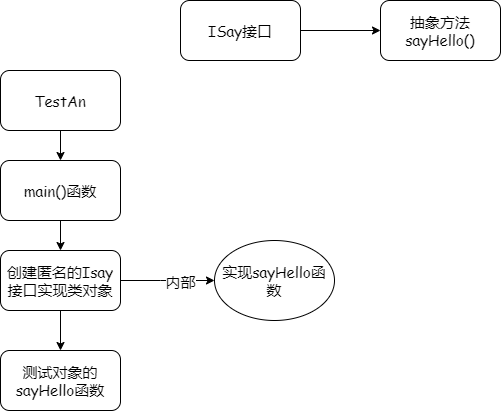
The draw.io diagram pictures/实验一02.png in gjwhhhh/Experiments-pictures-for-Java, before a commit. Source tidied: cells renumbered, new cells last; positions are measured from the earlier drawing's top-left corner, leaving out a move shared by most shapes. The source it was exported from:
```xml
<mxGraphModel>
  <root>
    <mxCell id="0" />
    <mxCell id="1" parent="0" />
    <mxCell id="2" style="edgeStyle=orthogonalEdgeStyle;rounded=0;jettySize=auto;html=1;labelBackgroundColor=#FFB570;fontFamily=Comic Sans MS;fontSize=15;" parent="1" edge="1" source="3" target="4">
      <mxGeometry relative="1" as="geometry" />
    </mxCell>
    <mxCell id="3" value="ISay接口" style="rounded=1;whiteSpace=wrap;html=1;labelBackgroundColor=none;sketch=0;fontFamily=Comic Sans MS;fontSize=15;" parent="1" vertex="1">
      <mxGeometry x="180" width="120" height="60" as="geometry" />
    </mxCell>
    <mxCell id="4" value="抽象方法sayHello()" style="whiteSpace=wrap;html=1;rounded=1;fontFamily=Comic Sans MS;fontSize=15;sketch=0;" parent="1" vertex="1">
      <mxGeometry x="380" width="120" height="60" as="geometry" />
    </mxCell>
    <mxCell id="5" style="edgeStyle=orthogonalEdgeStyle;rounded=0;jettySize=auto;html=1;labelBackgroundColor=#FFB570;fontFamily=Comic Sans MS;fontSize=15;" parent="1" edge="1" source="6" target="8">
      <mxGeometry relative="1" as="geometry" />
    </mxCell>
    <mxCell id="6" value="TestAn" style="rounded=1;whiteSpace=wrap;html=1;labelBackgroundColor=none;sketch=0;fontFamily=Comic Sans MS;fontSize=15;" parent="1" vertex="1">
      <mxGeometry y="70" width="120" height="60" as="geometry" />
    </mxCell>
    <mxCell id="7" style="edgeStyle=orthogonalEdgeStyle;rounded=0;jettySize=auto;html=1;labelBackgroundColor=#FFB570;fontFamily=Comic Sans MS;fontSize=15;" parent="1" edge="1" source="8" target="12">
      <mxGeometry relative="1" as="geometry" />
    </mxCell>
    <mxCell id="8" value="main()函数" style="whiteSpace=wrap;html=1;rounded=1;fontFamily=Comic Sans MS;fontSize=15;sketch=0;" parent="1" vertex="1">
      <mxGeometry y="160" width="120" height="60" as="geometry" />
    </mxCell>
    <mxCell id="9" style="edgeStyle=orthogonalEdgeStyle;rounded=0;jettySize=auto;html=1;labelBackgroundColor=#FFB570;fontFamily=Comic Sans MS;fontSize=15;" parent="1" edge="1" source="12" target="13">
      <mxGeometry relative="1" as="geometry">
        <Array as="points">
          <mxPoint x="160" y="280" />
          <mxPoint x="160" y="280" />
        </Array>
      </mxGeometry>
    </mxCell>
    <mxCell id="10" value="内部" style="edgeLabel;html=1;align=center;verticalAlign=middle;fontSize=15;fontFamily=Comic Sans MS;" parent="9" vertex="1">
      <mxGeometry x="0.26" relative="1" as="geometry" />
    </mxCell>
    <mxCell id="11" style="edgeStyle=orthogonalEdgeStyle;rounded=0;jettySize=auto;html=1;labelBackgroundColor=#FFB570;fontFamily=Comic Sans MS;fontSize=15;" parent="1" edge="1" source="12" target="14">
      <mxGeometry relative="1" as="geometry" />
    </mxCell>
    <mxCell id="12" value="创建匿名的Isay接口实现类对象" style="whiteSpace=wrap;html=1;rounded=1;fontFamily=Comic Sans MS;fontSize=15;sketch=0;" parent="1" vertex="1">
      <mxGeometry y="250" width="120" height="60" as="geometry" />
    </mxCell>
    <mxCell id="13" value="实现sayHello函数" style="ellipse;whiteSpace=wrap;html=1;rounded=1;fontFamily=Comic Sans MS;fontSize=15;sketch=0;" parent="1" vertex="1">
      <mxGeometry x="214" y="240" width="120" height="80" as="geometry" />
    </mxCell>
    <mxCell id="14" value="测试对象的sayHello函数" style="whiteSpace=wrap;html=1;rounded=1;fontFamily=Comic Sans MS;fontSize=15;sketch=0;" parent="1" vertex="1">
      <mxGeometry y="350" width="120" height="60" as="geometry" />
    </mxCell>
  </root>
</mxGraphModel>
```
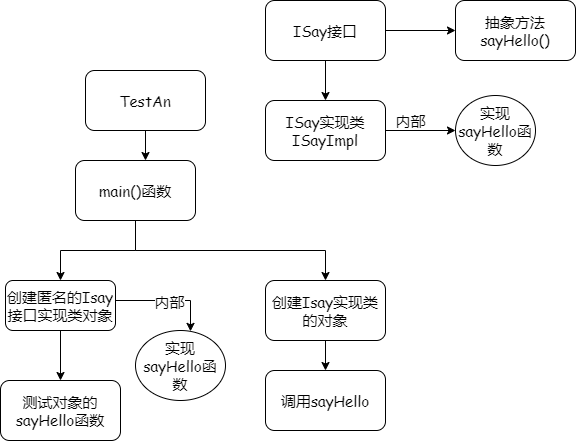
After the commit.

Commit message:
更新实验一02.png

Change to the diagram source:
```diff
@@ -5,46 +5,79 @@
     <mxCell id="2" style="edgeStyle=orthogonalEdgeStyle;rounded=0;jettySize=auto;html=1;labelBackgroundColor=#FFB570;fontFamily=Comic Sans MS;fontSize=15;" parent="1" edge="1" source="3" target="4">
       <mxGeometry relative="1" as="geometry" />
     </mxCell>
+    <mxCell id="15" style="edgeStyle=orthogonalEdgeStyle;rounded=0;jettySize=auto;html=1;labelBackgroundColor=#FFB570;fontFamily=Comic Sans MS;fontSize=15;" parent="1" edge="1" source="3" target="18">
+      <mxGeometry relative="1" as="geometry" />
+    </mxCell>
     <mxCell id="3" value="ISay接口" style="rounded=1;whiteSpace=wrap;html=1;labelBackgroundColor=none;sketch=0;fontFamily=Comic Sans MS;fontSize=15;" parent="1" vertex="1">
-      <mxGeometry x="180" width="120" height="60" as="geometry" />
+      <mxGeometry x="190" width="120" height="60" as="geometry" />
     </mxCell>
     <mxCell id="4" value="抽象方法sayHello()" style="whiteSpace=wrap;html=1;rounded=1;fontFamily=Comic Sans MS;fontSize=15;sketch=0;" parent="1" vertex="1">
       <mxGeometry x="380" width="120" height="60" as="geometry" />
     </mxCell>
     <mxCell id="5" style="edgeStyle=orthogonalEdgeStyle;rounded=0;jettySize=auto;html=1;labelBackgroundColor=#FFB570;fontFamily=Comic Sans MS;fontSize=15;" parent="1" edge="1" source="6" target="8">
-      <mxGeometry relative="1" as="geometry" />
+      <mxGeometry relative="1" as="geometry">
+        <Array as="points">
+          <mxPoint x="60" y="120" />
+          <mxPoint x="60" y="120" />
+        </Array>
+      </mxGeometry>
     </mxCell>
     <mxCell id="6" value="TestAn" style="rounded=1;whiteSpace=wrap;html=1;labelBackgroundColor=none;sketch=0;fontFamily=Comic Sans MS;fontSize=15;" parent="1" vertex="1">
-      <mxGeometry y="70" width="120" height="60" as="geometry" />
+      <mxGeometry x="10" y="70" width="120" height="60" as="geometry" />
     </mxCell>
     <mxCell id="7" style="edgeStyle=orthogonalEdgeStyle;rounded=0;jettySize=auto;html=1;labelBackgroundColor=#FFB570;fontFamily=Comic Sans MS;fontSize=15;" parent="1" edge="1" source="8" target="12">
       <mxGeometry relative="1" as="geometry" />
     </mxCell>
+    <mxCell id="16" style="edgeStyle=orthogonalEdgeStyle;rounded=0;jettySize=auto;html=1;exitX=0.5;exitY=1;exitDx=0;exitDy=0;entryX=0.5;entryY=0;entryDx=0;entryDy=0;labelBackgroundColor=#FFB570;fontFamily=Comic Sans MS;fontSize=15;" parent="1" edge="1" source="8" target="22">
+      <mxGeometry relative="1" as="geometry" />
+    </mxCell>
     <mxCell id="8" value="main()函数" style="whiteSpace=wrap;html=1;rounded=1;fontFamily=Comic Sans MS;fontSize=15;sketch=0;" parent="1" vertex="1">
       <mxGeometry y="160" width="120" height="60" as="geometry" />
     </mxCell>
     <mxCell id="9" style="edgeStyle=orthogonalEdgeStyle;rounded=0;jettySize=auto;html=1;labelBackgroundColor=#FFB570;fontFamily=Comic Sans MS;fontSize=15;" parent="1" edge="1" source="12" target="13">
       <mxGeometry relative="1" as="geometry">
         <Array as="points">
-          <mxPoint x="160" y="280" />
-          <mxPoint x="160" y="280" />
+          <mxPoint x="115" y="300" />
         </Array>
       </mxGeometry>
     </mxCell>
     <mxCell id="10" value="内部" style="edgeLabel;html=1;align=center;verticalAlign=middle;fontSize=15;fontFamily=Comic Sans MS;" parent="9" vertex="1">
-      <mxGeometry x="0.26" relative="1" as="geometry" />
+      <mxGeometry x="0.26" relative="1" as="geometry">
+        <mxPoint x="-14" as="offset" />
+      </mxGeometry>
     </mxCell>
-    <mxCell id="11" style="edgeStyle=orthogonalEdgeStyle;rounded=0;jettySize=auto;html=1;labelBackgroundColor=#FFB570;fontFamily=Comic Sans MS;fontSize=15;" parent="1" edge="1" source="12" target="14">
+    <mxCell id="11" style="edgeStyle=orthogonalEdgeStyle;rounded=0;jettySize=auto;html=1;exitX=0.5;exitY=1;exitDx=0;exitDy=0;entryX=0.5;entryY=0;entryDx=0;entryDy=0;labelBackgroundColor=#FFB570;fontFamily=Comic Sans MS;fontSize=15;" parent="1" edge="1" source="12" target="14">
       <mxGeometry relative="1" as="geometry" />
     </mxCell>
     <mxCell id="12" value="创建匿名的Isay接口实现类对象" style="whiteSpace=wrap;html=1;rounded=1;fontFamily=Comic Sans MS;fontSize=15;sketch=0;" parent="1" vertex="1">
-      <mxGeometry y="250" width="120" height="60" as="geometry" />
+      <mxGeometry x="-70" y="280" width="110" height="50" as="geometry" />
     </mxCell>
     <mxCell id="13" value="实现sayHello函数" style="ellipse;whiteSpace=wrap;html=1;rounded=1;fontFamily=Comic Sans MS;fontSize=15;sketch=0;" parent="1" vertex="1">
-      <mxGeometry x="214" y="240" width="120" height="80" as="geometry" />
+      <mxGeometry x="60" y="330" width="90" height="70" as="geometry" />
     </mxCell>
     <mxCell id="14" value="测试对象的sayHello函数" style="whiteSpace=wrap;html=1;rounded=1;fontFamily=Comic Sans MS;fontSize=15;sketch=0;" parent="1" vertex="1">
-      <mxGeometry y="350" width="120" height="60" as="geometry" />
+      <mxGeometry x="-75" y="380" width="120" height="60" as="geometry" />
     </mxCell>
+    <mxCell id="17" style="edgeStyle=orthogonalEdgeStyle;rounded=0;jettySize=auto;html=1;labelBackgroundColor=#FFB570;fontFamily=Comic Sans MS;fontSize=15;" parent="1" edge="1" source="18" target="19">
+      <mxGeometry relative="1" as="geometry" />
+    </mxCell>
+    <mxCell id="18" value="ISay实现类ISayImpl" style="whiteSpace=wrap;html=1;rounded=1;fontFamily=Comic Sans MS;fontSize=15;sketch=0;" parent="1" vertex="1">
+      <mxGeometry x="190" y="100" width="120" height="60" as="geometry" />
+    </mxCell>
+    <mxCell id="19" value="实现sayHello函数" style="ellipse;whiteSpace=wrap;html=1;rounded=1;fontFamily=Comic Sans MS;fontSize=15;sketch=0;" parent="1" vertex="1">
+      <mxGeometry x="380" y="95" width="80" height="70" as="geometry" />
+    </mxCell>
+    <mxCell id="20" value="内部" style="text;html=1;align=center;verticalAlign=middle;fontSize=15;fontFamily=Comic Sans MS;" parent="1" vertex="1">
+      <mxGeometry x="310" y="110" width="50" height="20" as="geometry" />
+    </mxCell>
+    <mxCell id="21" style="edgeStyle=orthogonalEdgeStyle;rounded=0;jettySize=auto;html=1;labelBackgroundColor=#FFB570;fontFamily=Comic Sans MS;fontSize=15;" parent="1" edge="1" source="22" target="23">
+      <mxGeometry relative="1" as="geometry" />
+    </mxCell>
+    <mxCell id="22" value="创建Isay实现类的对象" style="rounded=1;whiteSpace=wrap;html=1;labelBackgroundColor=none;sketch=0;fontFamily=Comic Sans MS;fontSize=15;" parent="1" vertex="1">
+      <mxGeometry x="190" y="280" width="120" height="60" as="geometry" />
+    </mxCell>
+    <mxCell id="23" value="调用sayHello" style="whiteSpace=wrap;html=1;rounded=1;fontFamily=Comic Sans MS;fontSize=15;sketch=0;" parent="1" vertex="1">
+      <mxGeometry x="190" y="370" width="120" height="60" as="geometry" />
+    </mxCell>
   </root>
 </mxGraphModel>
```
